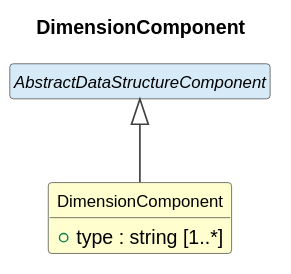
This is cdif-uml-model/DataDescriptionWithStructure/Classes/DimensionComponent.svg from Cross-Domain-Interoperability-Framework/metadataBuildingBlocks, a PlantUML export, as it was before one commit.
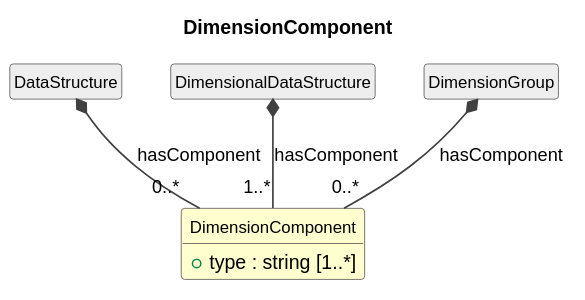
After the commit.

Diff of the diagram source:
```diff
@@ -13,6 +13,10 @@
 class "DimensionComponent" as DimensionComponent #FEFECE {
   +type : string [1..*]
 }
-abstract class "AbstractDataStructureComponent" as AbstractDataStructureComponent #D6EAF8
-AbstractDataStructureComponent <|-- DimensionComponent
+class "DataStructure" as DataStructure #EEEEEE
+DataStructure *-- "0..*" DimensionComponent : hasComponent
+class "DimensionalDataStructure" as DimensionalDataStructure #EEEEEE
+DimensionalDataStructure *-- "1..*" DimensionComponent : hasComponent
+class "DimensionGroup" as DimensionGroup #EEEEEE
+DimensionGroup *-- "0..*" DimensionComponent : hasComponent
 @enduml
```
